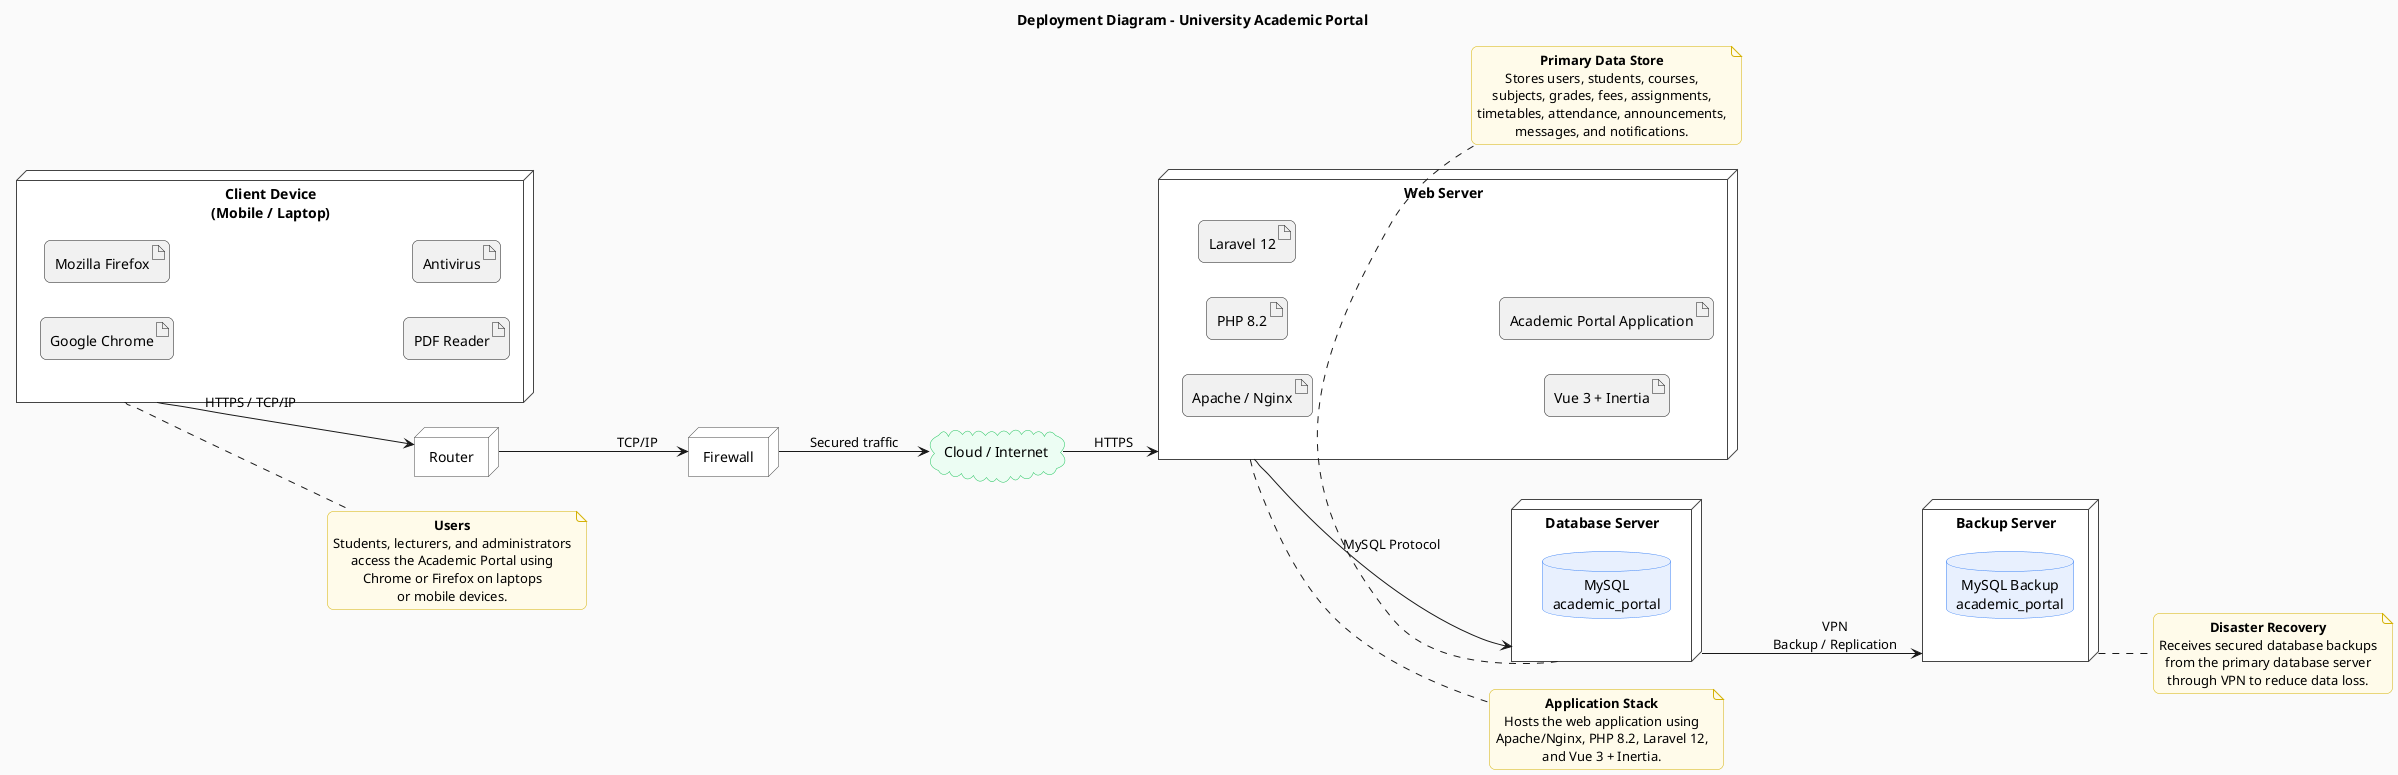
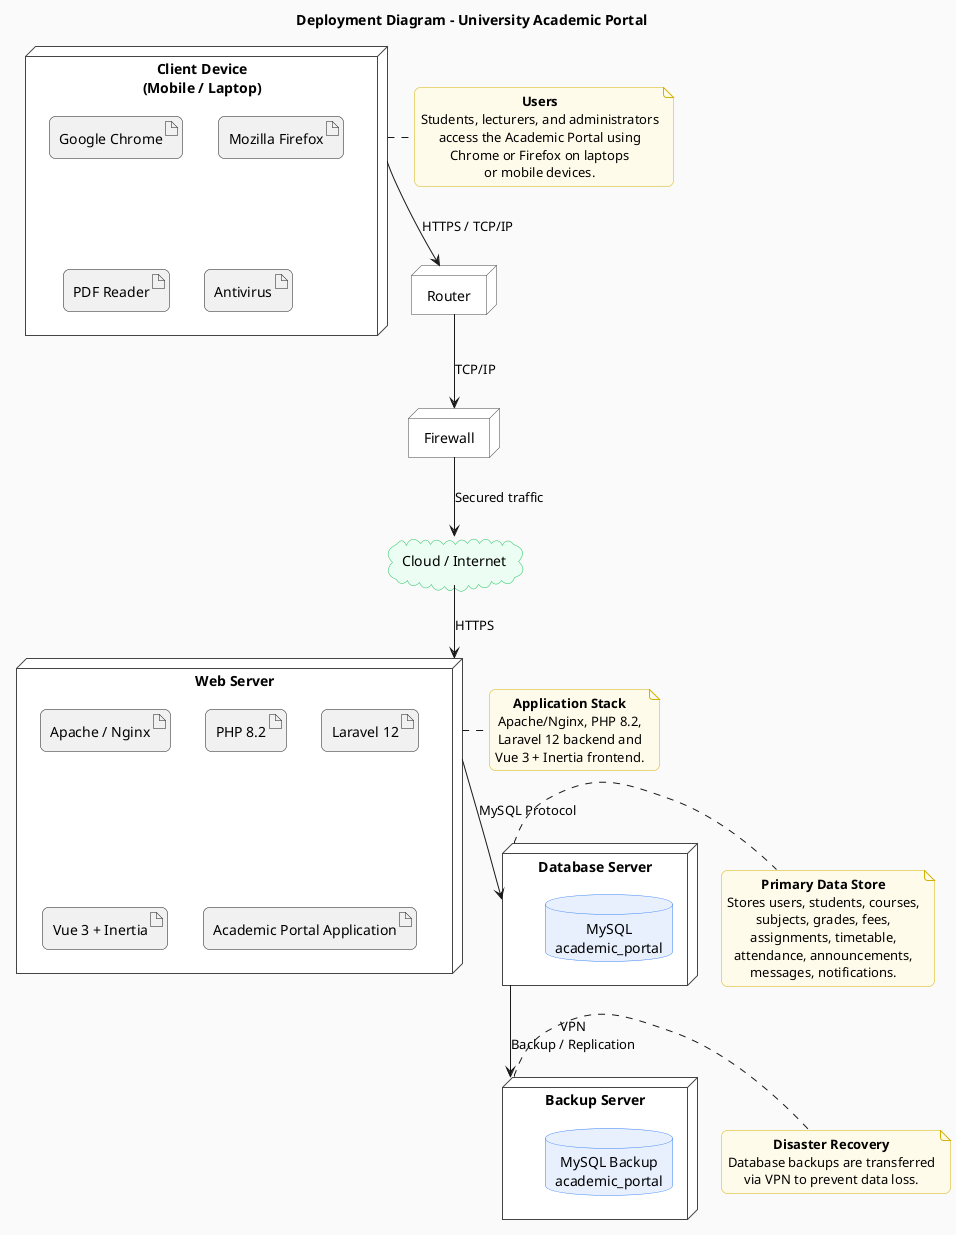
@startuml AcademicPortal_Deployment
title Deployment Diagram - University Academic Portal
- left to right direction
+ top to bottom direction

skinparam shadowing false
skinparam roundcorner 12
skinparam defaultTextAlignment center
skinparam componentStyle rectangle
skinparam backgroundColor #FAFAFA

skinparam node {
  BackgroundColor white
  BorderColor #444444
}
+ 
skinparam database {
  BackgroundColor #E8F0FE
  BorderColor #3B82F6
}
+ 
skinparam cloud {
  BackgroundColor #ECFDF3
  BorderColor #22C55E
}
+ 
skinparam note {
  BackgroundColor #FFFBEA
  BorderColor #D4B106
}

node "Client Device\n(Mobile / Laptop)" as Client {
-   artifact "Google Chrome" as Chrome
-   artifact "Mozilla Firefox" as Firefox
-   artifact "PDF Reader" as PDF
-   artifact "Antivirus" as AV
+   artifact "Google Chrome"
+   artifact "Mozilla Firefox"
+   artifact "PDF Reader"
+   artifact "Antivirus"
}

node "Router" as Router
node "Firewall" as Firewall
cloud "Cloud / Internet" as Internet

node "Web Server" as WebServer {
-   artifact "Apache / Nginx" as WebStack
-   artifact "PHP 8.2" as PHP
-   artifact "Laravel 12" as Laravel
-   artifact "Vue 3 + Inertia" as Vue
-   artifact "Academic Portal Application" as App
+   artifact "Apache / Nginx"
+   artifact "PHP 8.2"
+   artifact "Laravel 12"
+   artifact "Vue 3 + Inertia"
+   artifact "Academic Portal Application"
}

node "Database Server" as DBServer {
-   database "MySQL\nacademic_portal" as DB
+   database "MySQL\nacademic_portal"
}

node "Backup Server" as BackupServer {
-   database "MySQL Backup\nacademic_portal" as BackupDB
+   database "MySQL Backup\nacademic_portal"
}

Client --> Router : HTTPS / TCP/IP
Router --> Firewall : TCP/IP
Firewall --> Internet : Secured traffic
Internet --> WebServer : HTTPS

WebServer --> DBServer : MySQL Protocol
DBServer --> BackupServer : VPN\nBackup / Replication

note right of Client
**Users**
Students, lecturers, and administrators
access the Academic Portal using
Chrome or Firefox on laptops
or mobile devices.
end note

note right of WebServer
**Application Stack**
- Hosts the web application using
- Apache/Nginx, PHP 8.2, Laravel 12,
- and Vue 3 + Inertia.
+ Apache/Nginx, PHP 8.2,
+ Laravel 12 backend and
+ Vue 3 + Inertia frontend.
end note

- note bottom of DBServer
+ note right of DBServer
**Primary Data Store**
Stores users, students, courses,
- subjects, grades, fees, assignments,
- timetables, attendance, announcements,
- messages, and notifications.
+ subjects, grades, fees,
+ assignments, timetable,
+ attendance, announcements,
+ messages, notifications.
end note

note right of BackupServer
**Disaster Recovery**
- Receives secured database backups
- from the primary database server
- through VPN to reduce data loss.
+ Database backups are transferred
+ via VPN to prevent data loss.
end note

@enduml